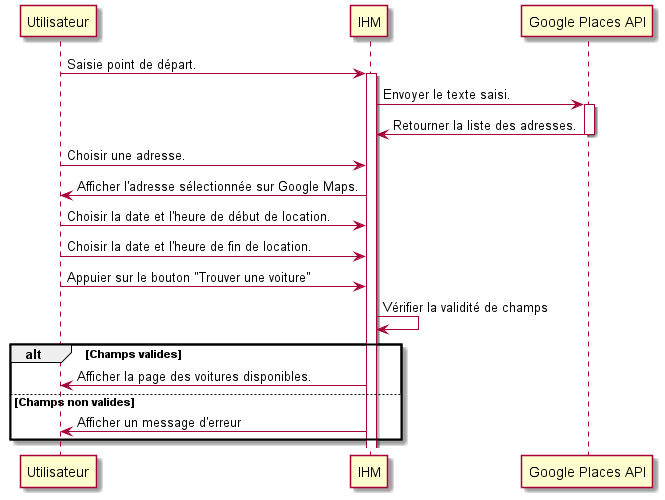
Before: images/uml/rent a car.png, a diagram exported from PlantUML (AlaaAbdelbaki/rapportPFE).
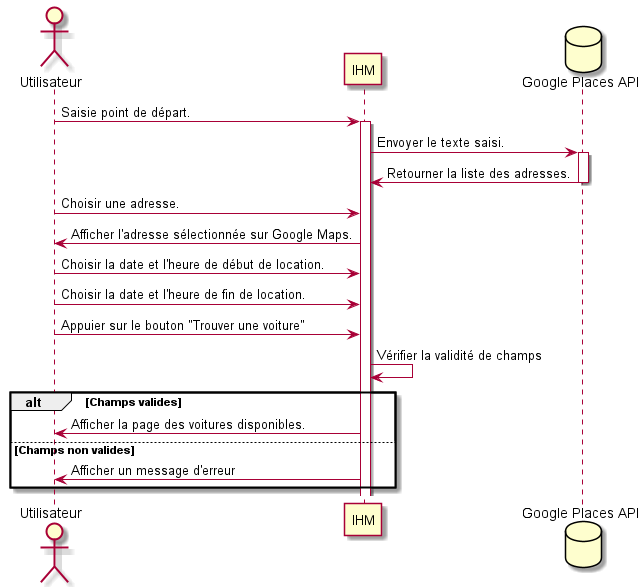
The same file after the commit.

What changed in the source:
```diff
@@ -1,7 +1,11 @@
 @startuml rent a car
+
+actor Utilisateur as Utilisateur
+participant IHM as IHM
+database "Google Places API" as places
 Utilisateur -> IHM ++: Saisie point de départ.
-IHM -> "Google Places API" ++: Envoyer le texte saisi.
-"Google Places API" -> IHM --: Retourner la liste des adresses.
+IHM -> places ++: Envoyer le texte saisi.
+places -> IHM --: Retourner la liste des adresses.
 Utilisateur -> IHM : Choisir une adresse.
 IHM -> Utilisateur : Afficher l'adresse sélectionnée sur Google Maps.
 Utilisateur -> IHM : Choisir la date et l'heure de début de location.
```
